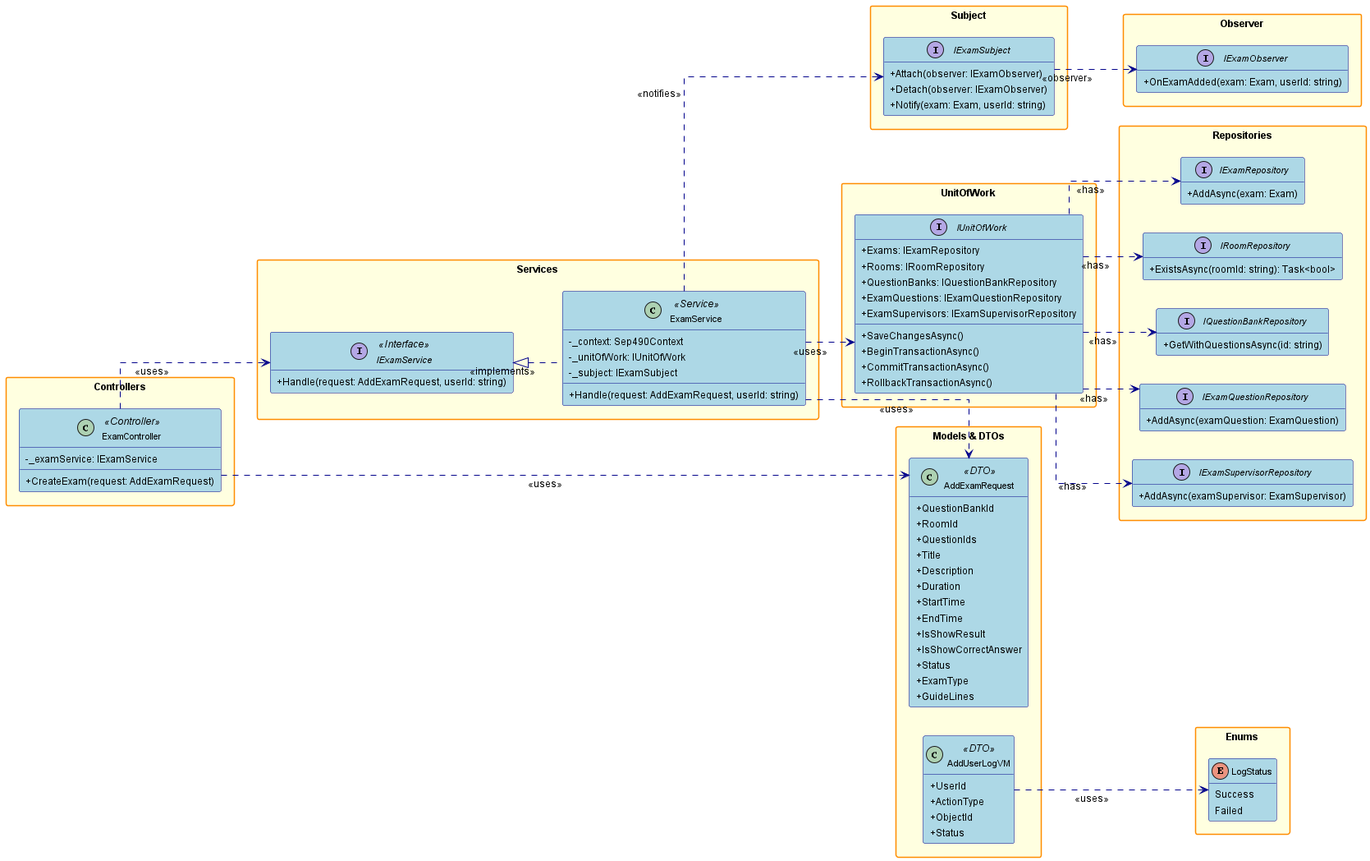
conghoan1211/AI-Kiosk-Testing-system keeps this PlantUML diagram as design/out/createexam/createexam.png. Above is the earlier version. The source it was exported from:
```plantuml
@startuml

left to right direction
hide empty members
skinparam packageStyle rectangle
skinparam linetype ortho
skinparam defaultFontSize 12
skinparam classFontSize 11
skinparam noteFontSize 10
skinparam classAttributeIconSize 0
skinparam Padding 2
skinparam class {
    BackgroundColor LightBlue
    BorderColor DarkBlue
    ArrowColor DarkBlue
    FontSize 11
}
skinparam package {
    BackgroundColor LightYellow
    BorderColor DarkOrange
    FontSize 12
    FontStyle bold
}
skinparam interface {
    BackgroundColor LightGreen
    BorderColor DarkGreen
    FontSize 11
}
skinparam enum {
    BackgroundColor LightCyan
    BorderColor DarkCyan
    FontSize 11
}

package "Controllers" {
    class ExamController <<Controller>> {
        - _examService: IExamService
        + CreateExam(request: AddExamRequest)
    }
}

package "Services" {
    interface IExamService <<Interface>> {
        + Handle(request: AddExamRequest, userId: string)
    }
    class ExamService <<Service>> {
        - _context: Sep490Context
        - _unitOfWork: IUnitOfWork
        - _subject: IExamSubject
        + Handle(request: AddExamRequest, userId: string)
    }
}

package "Observer" {
    interface IExamObserver {
        + OnExamAdded(exam: Exam, userId: string)
    }
}

package "Subject" {
    interface IExamSubject {
        + Attach(observer: IExamObserver)
        + Detach(observer: IExamObserver)
        + Notify(exam: Exam, userId: string)
    }
}

package "UnitOfWork" {
    interface IUnitOfWork {
        + Exams: IExamRepository
        + Rooms: IRoomRepository
        + QuestionBanks: IQuestionBankRepository
        + ExamQuestions: IExamQuestionRepository
        + ExamSupervisors: IExamSupervisorRepository
        + SaveChangesAsync()
        + BeginTransactionAsync()
        + CommitTransactionAsync()
        + RollbackTransactionAsync()
    }
}

package "Repositories" {
    interface IExamRepository {
        + AddAsync(exam: Exam)
    }
    interface IRoomRepository {
        + ExistsAsync(roomId: string): Task<bool>
    }
    interface IQuestionBankRepository {
        + GetWithQuestionsAsync(id: string)
    }
    interface IExamQuestionRepository {
        + AddAsync(examQuestion: ExamQuestion)
    }
    interface IExamSupervisorRepository {
        + AddAsync(examSupervisor: ExamSupervisor)
    }
}

package "Models & DTOs" {
    class AddExamRequest <<DTO>> {
        + QuestionBankId
        + RoomId
        + QuestionIds
        + Title
        + Description
        + Duration
        + StartTime
        + EndTime
        + IsShowResult
        + IsShowCorrectAnswer
        + Status
        + ExamType
        + GuideLines
    }
    class AddUserLogVM <<DTO>> {
        + UserId
        + ActionType
        + ObjectId
        + Status
    }
}

package "Enums" {
    enum LogStatus {
        Success
        Failed
    }
}

ExamController ..> IExamService : <<uses>>
ExamController ..> AddExamRequest : <<uses>>
IExamService <|.. ExamService : <<implements>>
ExamService ..> IUnitOfWork : <<uses>>
ExamService ..> IExamSubject : <<notifies>>
ExamService ..> AddExamRequest : <<uses>>
IUnitOfWork ..> IExamRepository : <<has>>
IUnitOfWork ..> IRoomRepository : <<has>>
IUnitOfWork ..> IQuestionBankRepository : <<has>>
IUnitOfWork ..> IExamQuestionRepository : <<has>>
IUnitOfWork ..> IExamSupervisorRepository : <<has>>
AddUserLogVM ..> LogStatus : <<uses>>
IExamSubject ..> IExamObserver : <<observer>>

@enduml
```
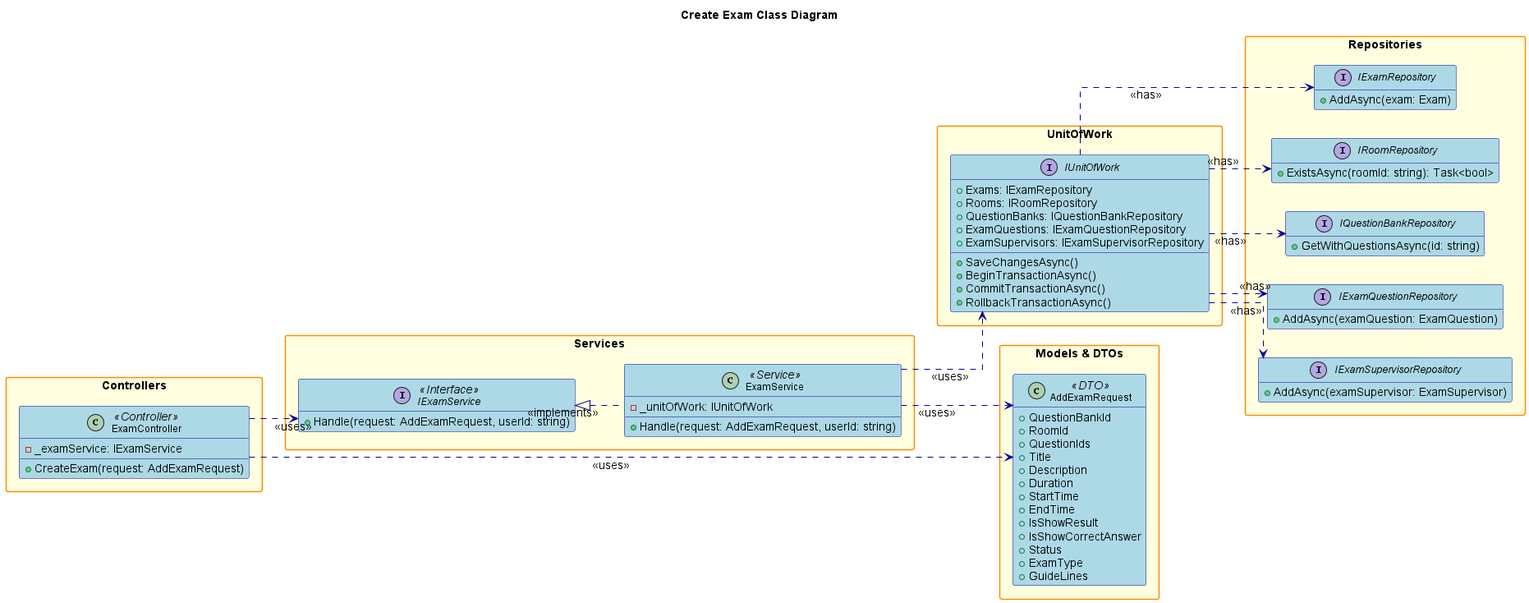
After the commit.

Change to the diagram source:
```diff
@@ -4,33 +4,29 @@
 hide empty members
 skinparam packageStyle rectangle
 skinparam linetype ortho
-skinparam defaultFontSize 12
-skinparam classFontSize 11
-skinparam noteFontSize 10
-skinparam classAttributeIconSize 0
-skinparam Padding 2
+skinparam defaultFontSize 14
+skinparam defaultFontName Arial
+skinparam classFontSize 12
+skinparam classFontName Arial
+
 skinparam class {
     BackgroundColor LightBlue
     BorderColor DarkBlue
     ArrowColor DarkBlue
-    FontSize 11
 }
+
 skinparam package {
     BackgroundColor LightYellow
     BorderColor DarkOrange
-    FontSize 12
     FontStyle bold
 }
+
 skinparam interface {
     BackgroundColor LightGreen
     BorderColor DarkGreen
-    FontSize 11
 }
-skinparam enum {
-    BackgroundColor LightCyan
-    BorderColor DarkCyan
-    FontSize 11
-}
+
+title Create Exam Class Diagram
 
 package "Controllers" {
     class ExamController <<Controller>> {
@@ -44,24 +40,8 @@
         + Handle(request: AddExamRequest, userId: string)
     }
     class ExamService <<Service>> {
-        - _context: Sep490Context
         - _unitOfWork: IUnitOfWork
-        - _subject: IExamSubject
         + Handle(request: AddExamRequest, userId: string)
-    }
-}
-
-package "Observer" {
-    interface IExamObserver {
-        + OnExamAdded(exam: Exam, userId: string)
-    }
-}
-
-package "Subject" {
-    interface IExamSubject {
-        + Attach(observer: IExamObserver)
-        + Detach(observer: IExamObserver)
-        + Notify(exam: Exam, userId: string)
     }
 }
 
@@ -113,33 +93,17 @@
         + ExamType
         + GuideLines
     }
-    class AddUserLogVM <<DTO>> {
-        + UserId
-        + ActionType
-        + ObjectId
-        + Status
-    }
-}
-
-package "Enums" {
-    enum LogStatus {
-        Success
-        Failed
-    }
 }
 
 ExamController ..> IExamService : <<uses>>
 ExamController ..> AddExamRequest : <<uses>>
 IExamService <|.. ExamService : <<implements>>
 ExamService ..> IUnitOfWork : <<uses>>
-ExamService ..> IExamSubject : <<notifies>>
 ExamService ..> AddExamRequest : <<uses>>
 IUnitOfWork ..> IExamRepository : <<has>>
 IUnitOfWork ..> IRoomRepository : <<has>>
 IUnitOfWork ..> IQuestionBankRepository : <<has>>
 IUnitOfWork ..> IExamQuestionRepository : <<has>>
 IUnitOfWork ..> IExamSupervisorRepository : <<has>>
-AddUserLogVM ..> LogStatus : <<uses>>
-IExamSubject ..> IExamObserver : <<observer>>
 
 @enduml
```
